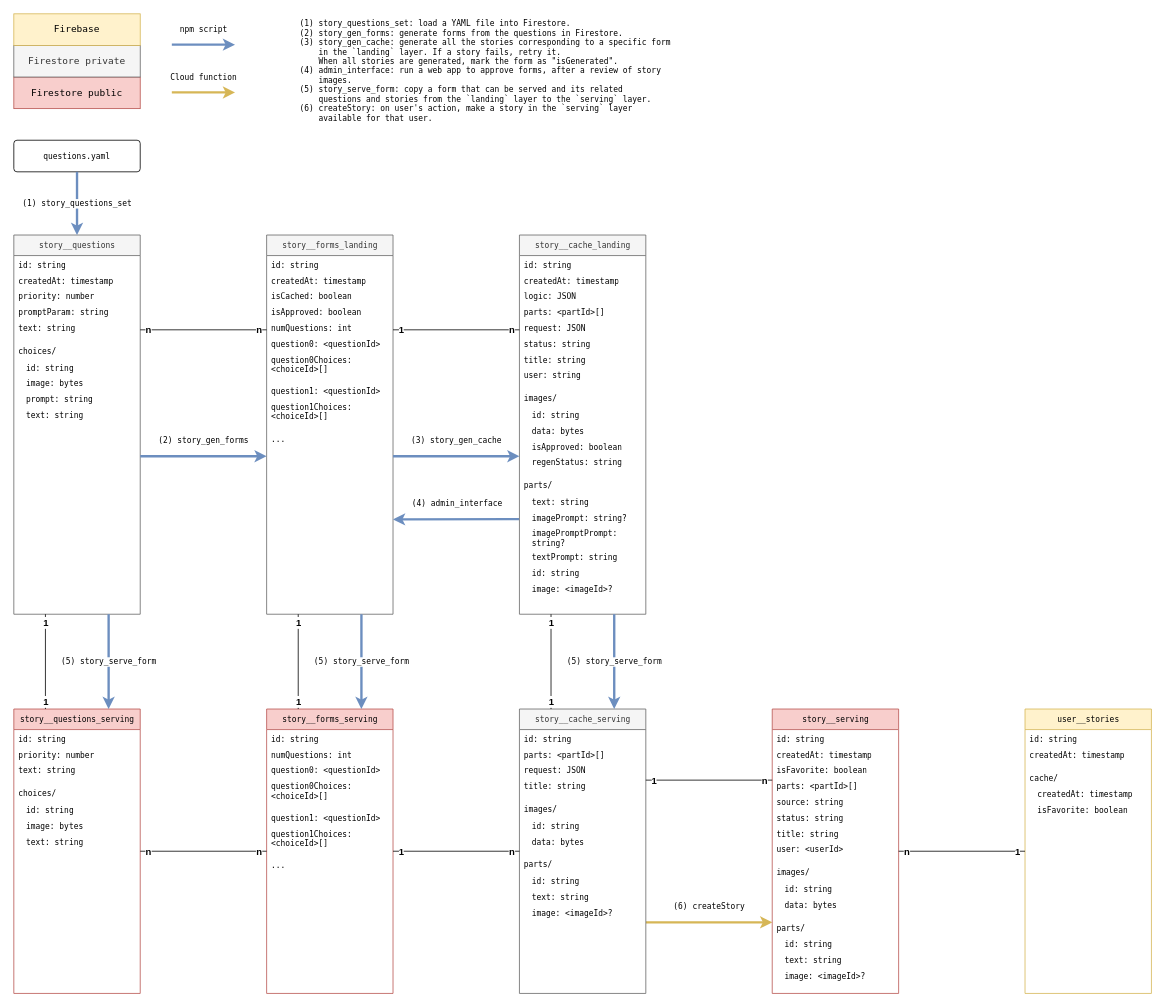
The draw.io diagram doc/data_flow.drawio in AceZz/bedtime-writer, before the edit. Source tidied: cells renumbered, new cells numbered last; positions are measured from the earlier drawing's top-left corner, leaving out a move shared by most shapes. Both pictures are drawn from the tidied source at 79%, with x=0, y=0 at pixel (13, 13).
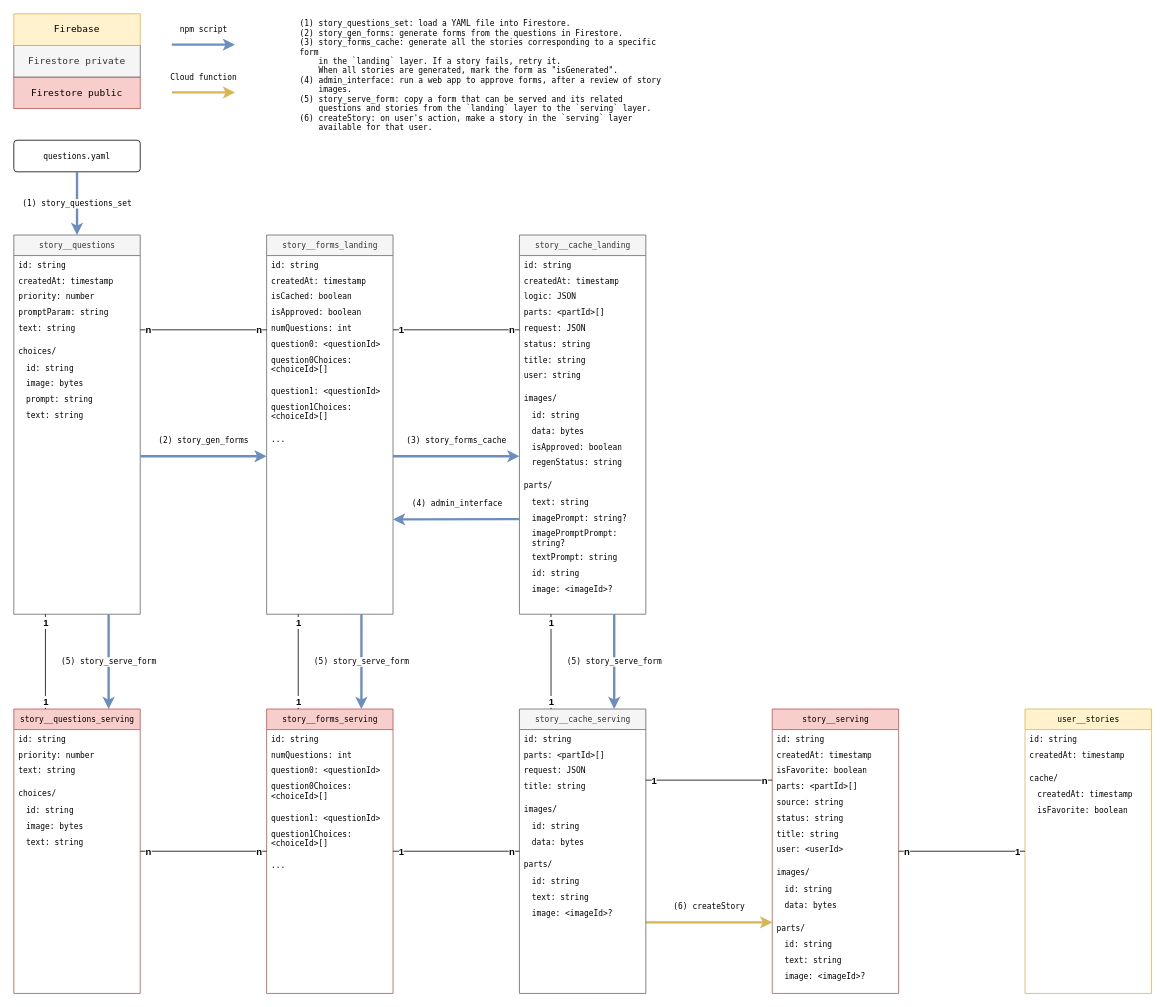
The same diagram, later.

Commit message (it also covers changes not shown here):
refactor(backend): rename story_gen_cache

The edit, as a diff of the source:
```diff
@@
-    <mxCell id="119" value="(3) story_gen_cache" style="endArrow=classic;html=1;rounded=0;endFill=1;fontFamily=Lucida Console;fontSize=10;strokeWidth=3;fillColor=#dae8fc;strokeColor=#6c8ebf;align=center;verticalAlign=middle;entryX=0;entryY=0.75;entryDx=0;entryDy=0;exitX=1;exitY=0.75;exitDx=0;exitDy=0;" parent="1" edge="1">
+    <mxCell id="119" value="(3) story_forms_cache" style="endArrow=classic;html=1;rounded=0;endFill=1;fontFamily=Lucida Console;fontSize=10;strokeWidth=3;fillColor=#dae8fc;strokeColor=#6c8ebf;align=center;verticalAlign=middle;entryX=0;entryY=0.75;entryDx=0;entryDy=0;exitX=1;exitY=0.75;exitDx=0;exitDy=0;" parent="1" edge="1">
       <mxGeometry y="20" relative="1" as="geometry">
         <mxPoint x="480" y="560" as="sourcePoint" />
         <mxPoint x="640" y="560" as="targetPoint" />
       </mxGeometry>
     </mxCell>
@@
-    <mxCell id="127" value="(1) story_questions_set: load a YAML file into Firestore.&lt;br&gt;(2) story_gen_forms: generate forms from the questions in Firestore.&lt;br&gt;(3) story_gen_cache: generate all the stories corresponding to a specific form&lt;br&gt;&amp;nbsp; &amp;nbsp; in the `landing` layer. If a story fails, retry it.&lt;br&gt;&amp;nbsp;&amp;nbsp;&amp;nbsp; When all stories are generated, mark the form as &quot;isGenerated&quot;.&lt;br&gt;(4) admin_interface: run a web app to approve forms, after a review of story &lt;br&gt;&amp;nbsp; &amp;nbsp; images.&lt;br&gt;(5) story_serve_form: copy a form that can be served and its related&lt;br&gt;&amp;nbsp;&amp;nbsp;&amp;nbsp; questions and stories from the `landing` layer to the `serving` layer.&lt;br&gt;&lt;div&gt;(6) createStory: on user's action, make a story in the `serving` layer&lt;/div&gt;&lt;div&gt;&amp;nbsp;&amp;nbsp;&amp;nbsp; available for that user.&lt;/div&gt;" style="text;html=1;strokeColor=none;fillColor=none;align=left;verticalAlign=top;whiteSpace=wrap;rounded=0;fontFamily=Lucida Console;fontSize=10;" parent="1" vertex="1">
+    <mxCell id="127" value="(1) story_questions_set: load a YAML file into Firestore.&lt;br&gt;(2) story_gen_forms: generate forms from the questions in Firestore.&lt;br&gt;(3) story_forms_cache: generate all the stories corresponding to a specific form&lt;br&gt;&amp;nbsp; &amp;nbsp; in the `landing` layer. If a story fails, retry it.&lt;br&gt;&amp;nbsp;&amp;nbsp;&amp;nbsp; When all stories are generated, mark the form as &quot;isGenerated&quot;.&lt;br&gt;(4) admin_interface: run a web app to approve forms, after a review of story &lt;br&gt;&amp;nbsp; &amp;nbsp; images.&lt;br&gt;(5) story_serve_form: copy a form that can be served and its related&lt;br&gt;&amp;nbsp;&amp;nbsp;&amp;nbsp; questions and stories from the `landing` layer to the `serving` layer.&lt;br&gt;&lt;div&gt;(6) createStory: on user's action, make a story in the `serving` layer&lt;/div&gt;&lt;div&gt;&amp;nbsp;&amp;nbsp;&amp;nbsp; available for that user.&lt;/div&gt;" style="text;html=1;strokeColor=none;fillColor=none;align=left;verticalAlign=top;whiteSpace=wrap;rounded=0;fontFamily=Lucida Console;fontSize=10;" parent="1" vertex="1">
       <mxGeometry x="360" width="480" height="120" as="geometry" />
     </mxCell>
```
